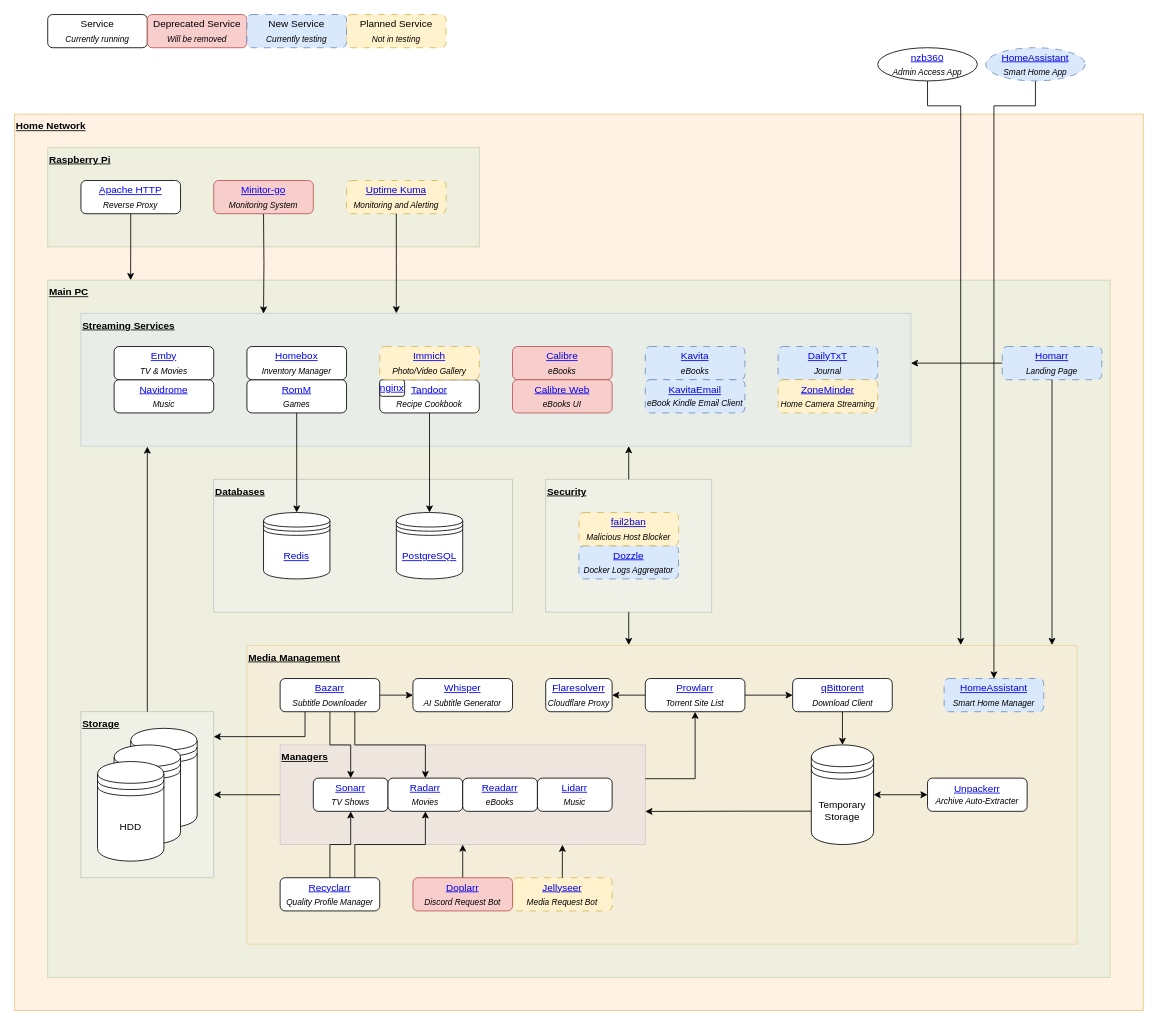
The draw.io diagram doc/home_theatre.drawio in zodac-personal/home_theatre, before the edit. Source tidied: cells renumbered, new cells numbered last; positions are measured from the earlier drawing's top-left corner, leaving out a move shared by most shapes. Both pictures are drawn from the tidied source at 83%, with x=0, y=0 at pixel (14, 14).
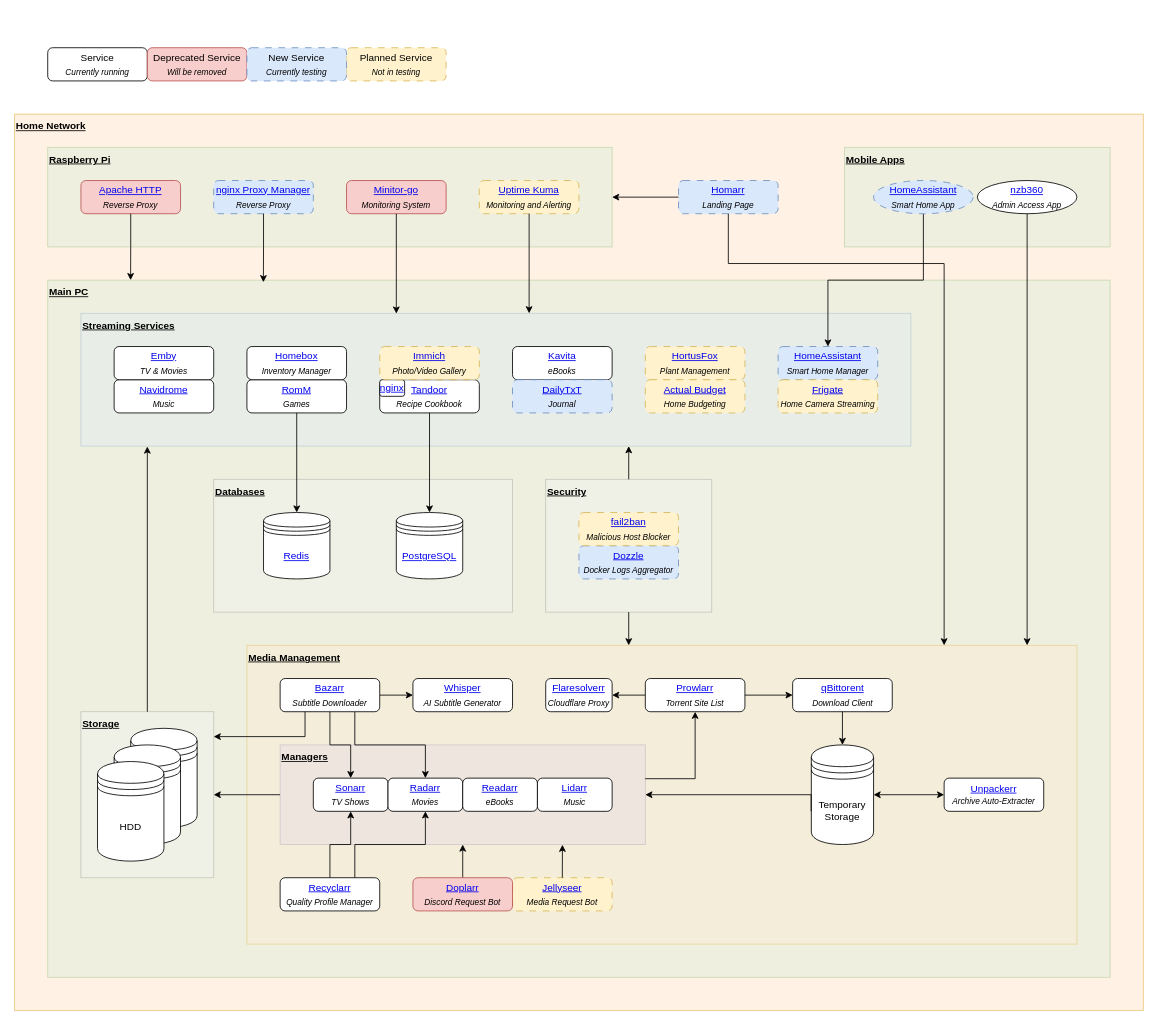
The same page after the edit.

Commit message (it also covers changes not shown here):
Replacing Calibre (+ web extensions) with Kavita

The change refers to these unchanged cells:
```xml
<mxCell id="4" style="rounded=0;whiteSpace=wrap;html=1;fillColor=#d5e8d4;strokeColor=#82b366;opacity=40;" parent="1" vertex="1">
  <mxGeometry x="40" y="320" width="1280" height="840" as="geometry" />
</mxCell>
<mxCell id="8" style="rounded=0;whiteSpace=wrap;html=1;fillColor=#ffe6cc;strokeColor=#d79b00;opacity=30;" parent="1" vertex="1">
  <mxGeometry x="280" y="760" width="1000" height="360" as="geometry" />
</mxCell>
<mxCell id="9" style="rounded=0;whiteSpace=wrap;html=1;fillColor=#dae8fc;strokeColor=#6c8ebf;fillStyle=auto;gradientColor=none;opacity=30;glass=0;" parent="1" vertex="1">
  <mxGeometry x="80" y="360" width="1000" height="160" as="geometry" />
</mxCell>
<mxCell id="15" style="rounded=0;whiteSpace=wrap;html=1;fillColor=#e1d5e7;strokeColor=#9673a6;opacity=30;" parent="1" vertex="1">
  <mxGeometry x="320" y="880" width="440" height="120" as="geometry" />
</mxCell>
<mxCell id="31" value="Temporary&lt;br&gt;Storage" style="shape=datastore;whiteSpace=wrap;html=1;" parent="1" vertex="1">
  <mxGeometry x="960" y="880" width="75" height="120" as="geometry" />
</mxCell>
<mxCell id="65" style="rounded=0;whiteSpace=wrap;html=1;fillColor=#f5f5f5;fontColor=#333333;strokeColor=#666666;opacity=30;" parent="1" vertex="1">
  <mxGeometry x="640" y="560" width="200" height="160" as="geometry" />
</mxCell>
```

Diff of the diagram source:
```diff
@@
     <mxCell id="3" style="rounded=0;whiteSpace=wrap;html=1;opacity=40;fillColor=#d5e8d4;strokeColor=#82b366;" parent="1" vertex="1">
-      <mxGeometry x="40" y="160" width="520" height="120" as="geometry" />
+      <mxGeometry x="40" y="160" width="680" height="120" as="geometry" />
     </mxCell>
@@
-    <mxCell id="11" value="&lt;a href=&quot;https://github.com/Kareadita/Kavita&quot;&gt;Kavita&lt;/a&gt;&lt;br&gt;&lt;sub&gt;&lt;i&gt;eBooks&lt;/i&gt;&lt;/sub&gt;" style="rounded=1;whiteSpace=wrap;html=1;dashed=1;dashPattern=8 8;fillColor=#dae8fc;strokeColor=#6c8ebf;" parent="1" vertex="1">
-      <mxGeometry x="760" y="400" width="120" height="40" as="geometry" />
+    <mxCell id="11" value="&lt;a href=&quot;https://github.com/Kareadita/Kavita&quot;&gt;Kavita&lt;/a&gt;&lt;br&gt;&lt;sub&gt;&lt;i&gt;eBooks&lt;/i&gt;&lt;/sub&gt;" style="rounded=1;whiteSpace=wrap;html=1;" parent="1" vertex="1">
+      <mxGeometry x="600" y="400" width="120" height="40" as="geometry" />
     </mxCell>
@@
+    <mxCell id="92" style="rounded=0;whiteSpace=wrap;html=1;opacity=40;fillColor=#d5e8d4;strokeColor=#82b366;" parent="1" vertex="1">
+      <mxGeometry x="1000" y="160" width="320" height="120" as="geometry" />
+    </mxCell>
@@
     <mxCell id="29" value="&lt;a href=&quot;https://github.com/ajnart/homarr&quot;&gt;Homarr&lt;/a&gt;&lt;br&gt;&lt;i&gt;&lt;sub&gt;Landing Page&lt;/sub&gt;&lt;/i&gt;" style="rounded=1;whiteSpace=wrap;html=1;dashed=1;dashPattern=8 8;fillColor=#dae8fc;strokeColor=#6c8ebf;" parent="1" vertex="1">
-      <mxGeometry x="1190" y="400" width="120" height="40" as="geometry" />
+      <mxGeometry x="800" y="200" width="120" height="40" as="geometry" />
     </mxCell>
@@
-    <mxCell id="35" style="edgeStyle=orthogonalEdgeStyle;rounded=0;jettySize=auto;html=1;exitX=0;exitY=0.5;exitDx=0;exitDy=0;entryX=1;entryY=0.375;entryDx=0;entryDy=0;entryPerimeter=0;" parent="1" edge="1" source="29" target="9">
+    <mxCell id="35" style="edgeStyle=orthogonalEdgeStyle;rounded=0;jettySize=auto;html=1;exitX=0;exitY=0.5;exitDx=0;exitDy=0;entryX=1;entryY=0.5;entryDx=0;entryDy=0;" parent="1" edge="1" source="29" target="3">
       <mxGeometry relative="1" as="geometry" />
     </mxCell>
@@
-    <mxCell id="37" style="edgeStyle=orthogonalEdgeStyle;rounded=0;jettySize=auto;html=1;exitX=0.5;exitY=1;exitDx=0;exitDy=0;entryX=0.86;entryY=-0.001;entryDx=0;entryDy=0;entryPerimeter=0;" parent="1" edge="1" source="39" target="8">
-      <mxGeometry relative="1" as="geometry">
-        <Array as="points">
-          <mxPoint x="1100" y="110" />
-          <mxPoint x="1140" y="110" />
-        </Array>
-      </mxGeometry>
-    </mxCell>
@@
     <mxCell id="39" value="&lt;a href=&quot;https://play.google.com/store/apps/details?id=com.kevinforeman.nzb360&quot;&gt;nzb360&lt;/a&gt;&lt;br&gt;&lt;i&gt;&lt;sub&gt;Admin Access App&lt;/sub&gt;&lt;/i&gt;" style="ellipse;whiteSpace=wrap;html=1;" parent="1" vertex="1">
-      <mxGeometry x="1040" y="40" width="120" height="40" as="geometry" />
+      <mxGeometry x="1160" y="200" width="120" height="40" as="geometry" />
     </mxCell>
-    <mxCell id="40" value="&lt;a href=&quot;https://github.com/kovidgoyal/calibre&quot;&gt;Calibre&lt;/a&gt;&lt;br&gt;&lt;i&gt;&lt;sub&gt;eBooks&lt;br&gt;&lt;/sub&gt;&lt;/i&gt;" style="rounded=1;whiteSpace=wrap;html=1;fillColor=#f8cecc;strokeColor=#b85450;" parent="1" vertex="1">
-      <mxGeometry x="600" y="400" width="120" height="40" as="geometry" />
-    </mxCell>
-    <mxCell id="41" value="&lt;a href=&quot;https://github.com/janeczku/calibre-web&quot;&gt;Calibre Web&lt;/a&gt;&lt;br&gt;&lt;i&gt;&lt;sub&gt;eBooks UI&lt;br&gt;&lt;/sub&gt;&lt;/i&gt;" style="rounded=1;whiteSpace=wrap;html=1;fillColor=#f8cecc;strokeColor=#b85450;" parent="1" vertex="1">
-      <mxGeometry x="600" y="440" width="120" height="40" as="geometry" />
-    </mxCell>
     <mxCell id="42" value="&lt;a href=&quot;https://github.com/home-assistant&quot;&gt;HomeAssistant&lt;/a&gt;&lt;br&gt;&lt;i&gt;&lt;sub&gt;Smart Home Manager&lt;/sub&gt;&lt;/i&gt;" style="rounded=1;whiteSpace=wrap;html=1;dashed=1;dashPattern=8 8;fillColor=#dae8fc;strokeColor=#6c8ebf;" parent="1" vertex="1">
-      <mxGeometry x="1120" y="800" width="120" height="40" as="geometry" />
+      <mxGeometry x="920" y="400" width="120" height="40" as="geometry" />
     </mxCell>
-    <mxCell id="43" style="edgeStyle=orthogonalEdgeStyle;rounded=0;jettySize=auto;html=1;exitX=0.5;exitY=1;exitDx=0;exitDy=0;entryX=0.5;entryY=0;entryDx=0;entryDy=0;" parent="1" edge="1" source="44" target="42">
-      <mxGeometry relative="1" as="geometry">
-        <Array as="points">
-          <mxPoint x="1230" y="110" />
-          <mxPoint x="1180" y="110" />
-        </Array>
-      </mxGeometry>
-    </mxCell>
-    <mxCell id="44" value="&lt;a href=&quot;https://play.google.com/store/apps/details?id=io.homeassistant.companion.android&quot;&gt;HomeAssistant&lt;/a&gt;&lt;br&gt;&lt;i&gt;&lt;sub&gt;Smart Home App&lt;/sub&gt;&lt;/i&gt;" style="ellipse;whiteSpace=wrap;html=1;dashed=1;dashPattern=8 8;fillColor=#dae8fc;strokeColor=#6c8ebf;" parent="1" vertex="1">
-      <mxGeometry x="1170" y="40" width="120" height="40" as="geometry" />
-    </mxCell>
@@
-    <mxCell id="47" value="&lt;a href=&quot;https://github.com/apache/httpd&quot;&gt;Apache HTTP&lt;/a&gt;&lt;br&gt;&lt;i&gt;&lt;sub&gt;Reverse Proxy&lt;/sub&gt;&lt;/i&gt;" style="rounded=1;whiteSpace=wrap;html=1;" parent="1" vertex="1">
+    <mxCell id="47" value="&lt;a href=&quot;https://github.com/apache/httpd&quot;&gt;Apache HTTP&lt;/a&gt;&lt;br&gt;&lt;i&gt;&lt;sub&gt;Reverse Proxy&lt;/sub&gt;&lt;/i&gt;" style="rounded=1;whiteSpace=wrap;html=1;fillColor=#f8cecc;strokeColor=#b85450;" parent="1" vertex="1">
       <mxGeometry x="80" y="200" width="120" height="40" as="geometry" />
     </mxCell>
-    <mxCell id="48" style="edgeStyle=orthogonalEdgeStyle;rounded=0;jettySize=auto;html=1;exitX=0.5;exitY=1;exitDx=0;exitDy=0;entryX=0.22;entryY=0.002;entryDx=0;entryDy=0;entryPerimeter=0;" parent="1" edge="1" target="9">
-      <mxGeometry relative="1" as="geometry">
-        <mxPoint x="300" y="240" as="sourcePoint" />
-      </mxGeometry>
-    </mxCell>
@@
-    <mxCell id="57" value="&lt;a href=&quot;https://github.com/Kareadita/KavitaEmail&quot;&gt;KavitaEmail&lt;/a&gt;&lt;br&gt;&lt;span style=&quot;font-size: 10px;&quot;&gt;&lt;i&gt;eBook Kindle Email Client&lt;/i&gt;&lt;/span&gt;" style="rounded=1;whiteSpace=wrap;html=1;dashed=1;dashPattern=8 8;fillColor=#dae8fc;strokeColor=#6c8ebf;" parent="1" vertex="1">
-      <mxGeometry x="760" y="440" width="120" height="40" as="geometry" />
-    </mxCell>
@@
     <mxCell id="62" value="&lt;a href=&quot;https://github.com/Unpackerr/unpackerr&quot;&gt;Unpackerr&lt;/a&gt;&lt;br&gt;&lt;span style=&quot;font-size: 10px;&quot;&gt;&lt;i&gt;Archive Auto-Extracter&lt;/i&gt;&lt;/span&gt;" style="rounded=1;whiteSpace=wrap;html=1;" parent="1" vertex="1">
-      <mxGeometry x="1100" y="920" width="120" height="40" as="geometry" />
+      <mxGeometry x="1120" y="920" width="120" height="40" as="geometry" />
     </mxCell>
-    <mxCell id="63" style="edgeStyle=orthogonalEdgeStyle;rounded=0;jettySize=auto;html=1;exitX=0.5;exitY=1;exitDx=0;exitDy=0;entryX=0.97;entryY=-0.001;entryDx=0;entryDy=0;entryPerimeter=0;" parent="1" edge="1" source="29" target="8">
-      <mxGeometry relative="1" as="geometry" />
+    <mxCell id="63" style="edgeStyle=orthogonalEdgeStyle;rounded=0;jettySize=auto;html=1;exitX=0.5;exitY=1;exitDx=0;exitDy=0;" parent="1" edge="1" source="29" target="8">
+      <mxGeometry relative="1" as="geometry">
+        <Array as="points">
+          <mxPoint x="860" y="300" />
+          <mxPoint x="1120" y="300" />
+        </Array>
+      </mxGeometry>
     </mxCell>
@@
     <mxCell id="67" value="Service&lt;br&gt;&lt;i&gt;&lt;sub&gt;Currently running&lt;/sub&gt;&lt;/i&gt;" style="rounded=1;whiteSpace=wrap;html=1;" parent="1" vertex="1">
-      <mxGeometry x="40" width="120" height="40" as="geometry" />
+      <mxGeometry x="40" y="40" width="120" height="40" as="geometry" />
     </mxCell>
     <mxCell id="68" value="Deprecated Service&lt;br&gt;&lt;i&gt;&lt;sub&gt;Will be removed&lt;br&gt;&lt;/sub&gt;&lt;/i&gt;" style="rounded=1;whiteSpace=wrap;html=1;fillColor=#f8cecc;strokeColor=#b85450;" parent="1" vertex="1">
-      <mxGeometry x="160" width="120" height="40" as="geometry" />
+      <mxGeometry x="160" y="40" width="120" height="40" as="geometry" />
     </mxCell>
     <mxCell id="69" value="Planned Service&lt;br&gt;&lt;i&gt;&lt;sub&gt;Not in testing&lt;/sub&gt;&lt;/i&gt;" style="rounded=1;whiteSpace=wrap;html=1;dashed=1;dashPattern=8 8;fillColor=#fff2cc;strokeColor=#d6b656;" parent="1" vertex="1">
-      <mxGeometry x="400" width="120" height="40" as="geometry" />
+      <mxGeometry x="400" y="40" width="120" height="40" as="geometry" />
     </mxCell>
     <mxCell id="70" value="New Service&lt;br&gt;&lt;sub&gt;&lt;i&gt;Currently testing&lt;/i&gt;&lt;/sub&gt;" style="rounded=1;whiteSpace=wrap;html=1;dashed=1;dashPattern=8 8;fillColor=#dae8fc;strokeColor=#6c8ebf;" parent="1" vertex="1">
-      <mxGeometry x="280" width="120" height="40" as="geometry" />
+      <mxGeometry x="280" y="40" width="120" height="40" as="geometry" />
     </mxCell>
     <mxCell id="71" value="&lt;a href=&quot;https://github.com/PhiTux/DailyTxT&quot;&gt;DailyTxT&lt;/a&gt;&lt;br&gt;&lt;sub&gt;&lt;i&gt;Journal&lt;/i&gt;&lt;/sub&gt;" style="rounded=1;whiteSpace=wrap;html=1;dashed=1;dashPattern=8 8;fillColor=#dae8fc;strokeColor=#6c8ebf;" parent="1" vertex="1">
-      <mxGeometry x="920" y="400" width="120" height="40" as="geometry" />
+      <mxGeometry x="600" y="440" width="120" height="40" as="geometry" />
     </mxCell>
     <mxCell id="72" value="&lt;a href=&quot;https://github.com/louislam/uptime-kuma&quot;&gt;Uptime Kuma&lt;/a&gt;&lt;br&gt;&lt;i&gt;&lt;sub&gt;Monitoring and Alerting&lt;/sub&gt;&lt;/i&gt;" style="rounded=1;whiteSpace=wrap;html=1;dashed=1;dashPattern=8 8;fillColor=#fff2cc;strokeColor=#d6b656;" parent="1" vertex="1">
-      <mxGeometry x="400" y="200" width="120" height="40" as="geometry" />
+      <mxGeometry x="560" y="200" width="120" height="40" as="geometry" />
     </mxCell>
     <mxCell id="73" value="&lt;a href=&quot;https://github.com/IamTheFij/minitor-go&quot;&gt;Minitor-go&lt;/a&gt;&lt;br&gt;&lt;i&gt;&lt;sub&gt;Monitoring System&lt;br&gt;&lt;/sub&gt;&lt;/i&gt;" style="rounded=1;whiteSpace=wrap;html=1;fillColor=#f8cecc;strokeColor=#b85450;" parent="1" vertex="1">
-      <mxGeometry x="240" y="200" width="120" height="40" as="geometry" />
+      <mxGeometry x="400" y="200" width="120" height="40" as="geometry" />
     </mxCell>
     <mxCell id="74" style="edgeStyle=orthogonalEdgeStyle;rounded=0;jettySize=auto;html=1;exitX=0.5;exitY=1;exitDx=0;exitDy=0;" parent="1" edge="1" source="72">
       <mxGeometry relative="1" as="geometry">
-        <mxPoint x="460" y="360" as="targetPoint" />
+        <mxPoint x="620" y="360" as="targetPoint" />
+        <Array as="points">
+          <mxPoint x="620" y="360" />
+        </Array>
       </mxGeometry>
     </mxCell>
@@
-    <mxCell id="76" value="&lt;a href=&quot;https://github.com/ZoneMinder&quot;&gt;ZoneMinder&lt;/a&gt;&lt;br&gt;&lt;i&gt;&lt;sub&gt;Home Camera Streaming&lt;/sub&gt;&lt;/i&gt;" style="rounded=1;whiteSpace=wrap;html=1;dashed=1;dashPattern=8 8;fillColor=#fff2cc;strokeColor=#d6b656;" parent="1" vertex="1">
+    <mxCell id="76" value="&lt;a href=&quot;https://github.com/ZoneMinder&quot;&gt;Frigate&lt;/a&gt;&lt;br&gt;&lt;i&gt;&lt;sub&gt;Home Camera Streaming&lt;/sub&gt;&lt;/i&gt;" style="rounded=1;whiteSpace=wrap;html=1;dashed=1;dashPattern=8 8;fillColor=#fff2cc;strokeColor=#d6b656;" parent="1" vertex="1">
       <mxGeometry x="920" y="440" width="120" height="40" as="geometry" />
     </mxCell>
@@
-    <mxCell id="81" style="edgeStyle=orthogonalEdgeStyle;rounded=0;jettySize=auto;html=1;exitX=0.5;exitY=1;exitDx=0;exitDy=0;entryX=0.46;entryY=-0.001;entryDx=0;entryDy=0;entryPerimeter=0;" parent="1" edge="1" source="65" target="8">
+    <mxCell id="81" style="edgeStyle=orthogonalEdgeStyle;rounded=0;jettySize=auto;html=1;exitX=0.5;exitY=1;exitDx=0;exitDy=0;entryX=0.46;entryY=0;entryDx=0;entryDy=0;entryPerimeter=0;" parent="1" edge="1" source="65" target="8">
       <mxGeometry relative="1" as="geometry" />
     </mxCell>
@@
-    <mxCell id="88" style="edgeStyle=orthogonalEdgeStyle;rounded=0;jettySize=auto;html=1;entryX=1;entryY=0.668;entryDx=0;entryDy=0;entryPerimeter=0;exitX=-0.003;exitY=0.665;exitDx=0;exitDy=0;exitPerimeter=0;" parent="1" edge="1" source="31" target="15">
+    <mxCell id="88" style="edgeStyle=orthogonalEdgeStyle;rounded=0;jettySize=auto;html=1;exitX=-0.003;exitY=0.665;exitDx=0;exitDy=0;exitPerimeter=0;" parent="1" edge="1" source="31">
       <mxGeometry relative="1" as="geometry">
+        <mxPoint x="760" y="940" as="targetPoint" />
         <Array as="points">
-          <mxPoint x="880" y="960" />
+          <mxPoint x="960" y="940" />
+          <mxPoint x="760" y="940" />
         </Array>
       </mxGeometry>
     </mxCell>
@@
+    <mxCell id="93" value="&lt;a href=&quot;https://github.com/NginxProxyManager/nginx-proxy-manager&quot;&gt;nginx Proxy Manager&lt;/a&gt;&lt;br&gt;&lt;i&gt;&lt;sub&gt;Reverse Proxy&lt;/sub&gt;&lt;/i&gt;" style="rounded=1;whiteSpace=wrap;html=1;fillColor=#dae8fc;strokeColor=#6c8ebf;dashed=1;dashPattern=8 8;" parent="1" vertex="1">
+      <mxGeometry x="240" y="200" width="120" height="40" as="geometry" />
+    </mxCell>
+    <mxCell id="94" style="edgeStyle=orthogonalEdgeStyle;rounded=0;jettySize=auto;html=1;exitX=0.5;exitY=1;exitDx=0;exitDy=0;entryX=0.203;entryY=0.003;entryDx=0;entryDy=0;entryPerimeter=0;" parent="1" edge="1" source="93" target="4">
+      <mxGeometry relative="1" as="geometry" />
+    </mxCell>
+    <mxCell id="95" style="edgeStyle=orthogonalEdgeStyle;rounded=0;jettySize=auto;html=1;exitX=0.5;exitY=1;exitDx=0;exitDy=0;entryX=0.38;entryY=0.002;entryDx=0;entryDy=0;entryPerimeter=0;" parent="1" edge="1" source="73" target="9">
+      <mxGeometry relative="1" as="geometry" />
+    </mxCell>
+    <mxCell id="96" value="&lt;u&gt;&lt;b&gt;Mobile Apps&lt;/b&gt;&lt;/u&gt;" style="text;html=1;strokeColor=none;fillColor=none;align=left;verticalAlign=middle;whiteSpace=wrap;rounded=0;" parent="1" vertex="1">
+      <mxGeometry x="1000" y="160" width="120" height="30" as="geometry" />
+    </mxCell>
+    <mxCell id="43" style="edgeStyle=orthogonalEdgeStyle;rounded=0;jettySize=auto;html=1;exitX=0.5;exitY=1;exitDx=0;exitDy=0;entryX=0.5;entryY=0;entryDx=0;entryDy=0;" parent="1" edge="1" source="44" target="42">
+      <mxGeometry relative="1" as="geometry" />
+    </mxCell>
+    <mxCell id="44" value="&lt;a href=&quot;https://play.google.com/store/apps/details?id=io.homeassistant.companion.android&quot;&gt;HomeAssistant&lt;/a&gt;&lt;br&gt;&lt;i&gt;&lt;sub&gt;Smart Home App&lt;/sub&gt;&lt;/i&gt;" style="ellipse;whiteSpace=wrap;html=1;dashed=1;dashPattern=8 8;fillColor=#dae8fc;strokeColor=#6c8ebf;" parent="1" vertex="1">
+      <mxGeometry x="1035" y="200" width="120" height="40" as="geometry" />
+    </mxCell>
+    <mxCell id="97" style="edgeStyle=orthogonalEdgeStyle;rounded=0;jettySize=auto;html=1;exitX=0.5;exitY=1;exitDx=0;exitDy=0;" parent="1" edge="1" source="39">
+      <mxGeometry relative="1" as="geometry">
+        <mxPoint x="1220" y="760" as="targetPoint" />
+        <Array as="points">
+          <mxPoint x="1220" y="759" />
+        </Array>
+      </mxGeometry>
+    </mxCell>
+    <mxCell id="98" value="&lt;a href=&quot;https://github.com/danielbrendel/hortusfox-web&quot;&gt;HortusFox&lt;/a&gt;&lt;br&gt;&lt;i&gt;&lt;sub&gt;Plant Management&lt;/sub&gt;&lt;/i&gt;" style="rounded=1;whiteSpace=wrap;html=1;dashed=1;dashPattern=8 8;fillColor=#fff2cc;strokeColor=#d6b656;" parent="1" vertex="1">
+      <mxGeometry x="760" y="400" width="120" height="40" as="geometry" />
+    </mxCell>
+    <mxCell id="99" value="&lt;a href=&quot;https://github.com/actualbudget/actual&quot;&gt;Actual Budget&lt;/a&gt;&lt;br&gt;&lt;i&gt;&lt;sub&gt;Home Budgeting&lt;/sub&gt;&lt;/i&gt;" style="rounded=1;whiteSpace=wrap;html=1;dashed=1;dashPattern=8 8;fillColor=#fff2cc;strokeColor=#d6b656;" parent="1" vertex="1">
+      <mxGeometry x="760" y="440" width="120" height="40" as="geometry" />
+    </mxCell>
```
